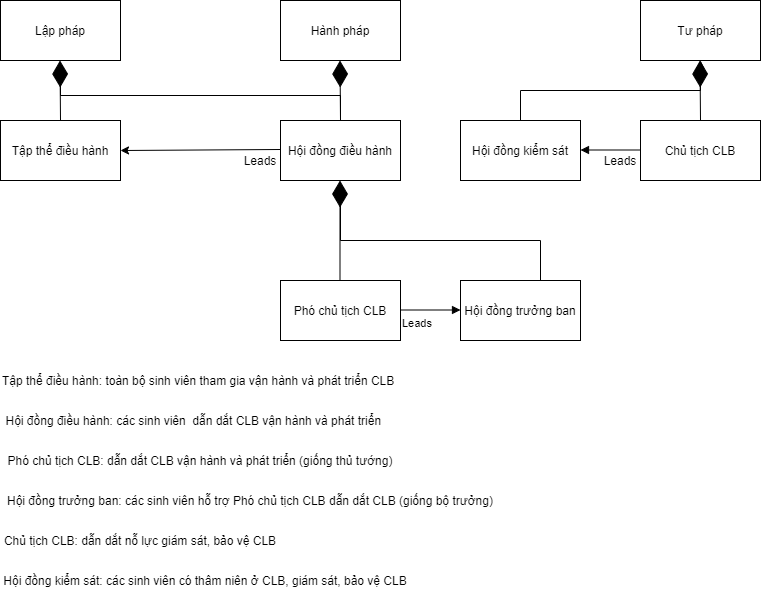
This is Bộ quản trị/Mô tả bộ quản trị.png from nghuyenthevinh2000/SINNO_INTEGRATION, a draw.io export, as it was before one commit. Source tidied: cells renumbered, new cells last; positions are measured from the earlier drawing's top-left corner, leaving out a move shared by most shapes. Its diagram source:
```xml
<mxGraphModel>
  <root>
    <mxCell id="0" />
    <mxCell id="1" parent="0" />
    <mxCell id="2" style="edgeStyle=orthogonalEdgeStyle;rounded=0;jettySize=auto;html=1;exitX=0.5;exitY=0;exitDx=0;exitDy=0;" parent="1" edge="1" source="3">
      <mxGeometry relative="1" as="geometry">
        <mxPoint x="700" y="60" as="targetPoint" />
      </mxGeometry>
    </mxCell>
    <mxCell id="3" value="Hội đồng kiểm sát" style="rounded=0;whiteSpace=wrap;html=1;" parent="1" vertex="1">
      <mxGeometry x="460" y="120" width="120" height="60" as="geometry" />
    </mxCell>
    <mxCell id="4" value="Tập thể điều hành" style="rounded=0;whiteSpace=wrap;html=1;" parent="1" vertex="1">
      <mxGeometry y="120" width="120" height="60" as="geometry" />
    </mxCell>
    <mxCell id="5" value="Phó chủ tịch CLB" style="rounded=0;whiteSpace=wrap;html=1;" parent="1" vertex="1">
      <mxGeometry x="280" y="280" width="120" height="60" as="geometry" />
    </mxCell>
    <mxCell id="6" style="edgeStyle=orthogonalEdgeStyle;rounded=0;jettySize=auto;html=1;exitX=0.5;exitY=0;exitDx=0;exitDy=0;" parent="1" edge="1" source="7">
      <mxGeometry relative="1" as="geometry">
        <mxPoint x="340" y="190" as="targetPoint" />
        <Array as="points">
          <mxPoint x="540" y="240" />
          <mxPoint x="340" y="240" />
        </Array>
      </mxGeometry>
    </mxCell>
    <mxCell id="7" value="Hội đồng trưởng ban" style="rounded=0;whiteSpace=wrap;html=1;" parent="1" vertex="1">
      <mxGeometry x="460" y="280" width="120" height="60" as="geometry" />
    </mxCell>
    <mxCell id="8" value="Chủ tịch CLB" style="rounded=0;whiteSpace=wrap;html=1;" parent="1" vertex="1">
      <mxGeometry x="640" y="120" width="120" height="60" as="geometry" />
    </mxCell>
    <mxCell id="9" value="Tư pháp" style="rounded=0;whiteSpace=wrap;html=1;" parent="1" vertex="1">
      <mxGeometry x="640" width="120" height="60" as="geometry" />
    </mxCell>
    <mxCell id="10" value="Lập pháp" style="rounded=0;whiteSpace=wrap;html=1;" parent="1" vertex="1">
      <mxGeometry width="120" height="60" as="geometry" />
    </mxCell>
    <mxCell id="11" value="Hành pháp" style="rounded=0;whiteSpace=wrap;html=1;" parent="1" vertex="1">
      <mxGeometry x="280" width="120" height="60" as="geometry" />
    </mxCell>
    <mxCell id="12" style="endArrow=diamondThin;endFill=1;endSize=24;html=1;" parent="1" edge="1">
      <mxGeometry relative="1" as="geometry">
        <mxPoint x="700" y="120" as="sourcePoint" />
        <mxPoint x="699.5" y="60" as="targetPoint" />
      </mxGeometry>
    </mxCell>
    <mxCell id="13" style="edgeStyle=orthogonalEdgeStyle;rounded=0;jettySize=auto;html=1;exitX=0.5;exitY=0;exitDx=0;exitDy=0;" parent="1" edge="1" source="14">
      <mxGeometry relative="1" as="geometry">
        <mxPoint x="60" y="70" as="targetPoint" />
      </mxGeometry>
    </mxCell>
    <mxCell id="14" value="Hội đồng điều hành" style="rounded=0;whiteSpace=wrap;html=1;" parent="1" vertex="1">
      <mxGeometry x="280" y="120" width="120" height="60" as="geometry" />
    </mxCell>
    <mxCell id="15" style="endArrow=diamondThin;endFill=1;endSize=24;html=1;" parent="1" edge="1">
      <mxGeometry relative="1" as="geometry">
        <mxPoint x="339.5" y="280" as="sourcePoint" />
        <mxPoint x="339.5" y="180" as="targetPoint" />
      </mxGeometry>
    </mxCell>
    <mxCell id="16" style="endArrow=diamondThin;endFill=1;endSize=24;html=1;" parent="1" edge="1">
      <mxGeometry relative="1" as="geometry">
        <mxPoint x="340" y="120" as="sourcePoint" />
        <mxPoint x="339.5" y="60" as="targetPoint" />
      </mxGeometry>
    </mxCell>
    <mxCell id="17" style="endArrow=diamondThin;endFill=1;endSize=24;html=1;" parent="1" edge="1">
      <mxGeometry relative="1" as="geometry">
        <mxPoint x="60" y="120" as="sourcePoint" />
        <mxPoint x="59.5" y="60" as="targetPoint" />
      </mxGeometry>
    </mxCell>
    <mxCell id="18" value="Leads" style="endArrow=block;endFill=1;html=1;edgeStyle=orthogonalEdgeStyle;align=left;verticalAlign=top;" parent="1" edge="1">
      <mxGeometry x="-1" relative="1" as="geometry">
        <mxPoint x="400" y="309.5" as="sourcePoint" />
        <mxPoint x="460" y="309.5" as="targetPoint" />
      </mxGeometry>
    </mxCell>
    <mxCell id="19" style="endArrow=block;endFill=1;html=1;edgeStyle=orthogonalEdgeStyle;align=left;verticalAlign=top;" parent="1" edge="1">
      <mxGeometry x="-1" relative="1" as="geometry">
        <mxPoint x="640" y="149.5" as="sourcePoint" />
        <mxPoint x="580" y="149.5" as="targetPoint" />
      </mxGeometry>
    </mxCell>
    <mxCell id="20" value="Leads" style="text;html=1;strokeColor=none;fillColor=none;align=center;verticalAlign=middle;whiteSpace=wrap;rounded=0;" parent="1" vertex="1">
      <mxGeometry x="600" y="150" width="40" height="20" as="geometry" />
    </mxCell>
    <mxCell id="21" style="endArrow=classic;html=1;entryX=1;entryY=0.5;entryDx=0;entryDy=0;" parent="1" edge="1" target="4">
      <mxGeometry relative="1" as="geometry">
        <mxPoint x="280" y="149" as="sourcePoint" />
      </mxGeometry>
    </mxCell>
    <mxCell id="22" value="Leads" style="text;html=1;strokeColor=none;fillColor=none;align=center;verticalAlign=middle;whiteSpace=wrap;rounded=0;" parent="1" vertex="1">
      <mxGeometry x="240" y="150" width="40" height="20" as="geometry" />
    </mxCell>
    <mxCell id="23" value="Tập thể điều hành: toàn bộ sinh viên tham gia vận hành và phát triển CLB&amp;nbsp;" style="text;html=1;strokeColor=none;fillColor=none;align=left;verticalAlign=middle;whiteSpace=wrap;rounded=0;" parent="1" vertex="1">
      <mxGeometry y="360" width="420" height="40" as="geometry" />
    </mxCell>
    <mxCell id="24" value="Hội đồng kiểm sát: các sinh viên có thâm niên ở CLB, giám sát, bảo vệ CLB" style="text;html=1;strokeColor=none;fillColor=none;align=center;verticalAlign=middle;whiteSpace=wrap;rounded=0;" parent="1" vertex="1">
      <mxGeometry y="560" width="410" height="40" as="geometry" />
    </mxCell>
    <mxCell id="25" value="Hội đồng điều hành: các sinh viên&amp;nbsp; dẫn dắt CLB vận hành và phát triển&amp;nbsp;" style="text;html=1;strokeColor=none;fillColor=none;align=center;verticalAlign=middle;whiteSpace=wrap;rounded=0;" parent="1" vertex="1">
      <mxGeometry y="400" width="390" height="40" as="geometry" />
    </mxCell>
    <mxCell id="26" value="Hội đồng trưởng ban: các sinh viên hỗ trợ Phó chủ tịch CLB dẫn dắt CLB (giống bộ trưởng)" style="text;html=1;strokeColor=none;fillColor=none;align=center;verticalAlign=middle;whiteSpace=wrap;rounded=0;" parent="1" vertex="1">
      <mxGeometry y="480" width="500" height="40" as="geometry" />
    </mxCell>
    <mxCell id="27" value="Phó chủ tịch CLB: dẫn dắt CLB vận hành và phát triển (giống thủ tướng)" style="text;html=1;strokeColor=none;fillColor=none;align=center;verticalAlign=middle;whiteSpace=wrap;rounded=0;" parent="1" vertex="1">
      <mxGeometry y="440" width="400" height="40" as="geometry" />
    </mxCell>
    <mxCell id="28" value="Chủ tịch CLB: dẫn dắt nỗ lực giám sát, bảo vệ CLB" style="text;html=1;strokeColor=none;fillColor=none;align=center;verticalAlign=middle;whiteSpace=wrap;rounded=0;" parent="1" vertex="1">
      <mxGeometry y="520" width="280" height="40" as="geometry" />
    </mxCell>
  </root>
</mxGraphModel>
```
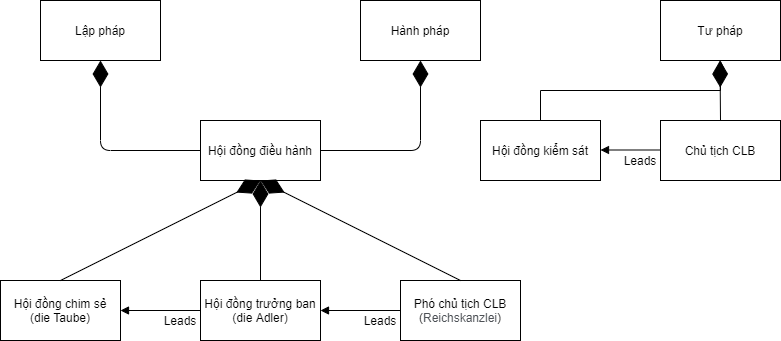
Above is the later version.

Diff of the diagram source:
```diff
@@ -4,114 +4,85 @@
     <mxCell id="1" parent="0" />
     <mxCell id="2" style="edgeStyle=orthogonalEdgeStyle;rounded=0;jettySize=auto;html=1;exitX=0.5;exitY=0;exitDx=0;exitDy=0;" parent="1" edge="1" source="3">
       <mxGeometry relative="1" as="geometry">
-        <mxPoint x="700" y="60" as="targetPoint" />
+        <mxPoint x="720" y="400" as="targetPoint" />
       </mxGeometry>
     </mxCell>
     <mxCell id="3" value="Hội đồng kiểm sát" style="rounded=0;whiteSpace=wrap;html=1;" parent="1" vertex="1">
-      <mxGeometry x="460" y="120" width="120" height="60" as="geometry" />
+      <mxGeometry x="480" y="460" width="120" height="60" as="geometry" />
     </mxCell>
-    <mxCell id="4" value="Tập thể điều hành" style="rounded=0;whiteSpace=wrap;html=1;" parent="1" vertex="1">
-      <mxGeometry y="120" width="120" height="60" as="geometry" />
-    </mxCell>
-    <mxCell id="5" value="Phó chủ tịch CLB" style="rounded=0;whiteSpace=wrap;html=1;" parent="1" vertex="1">
-      <mxGeometry x="280" y="280" width="120" height="60" as="geometry" />
+    <mxCell id="5" value="&lt;font style=&quot;font-size: 12px&quot;&gt;Phó chủ tịch CLB&lt;br&gt;(&lt;span style=&quot;color: rgb(77 , 81 , 86) ; font-family: &amp;#34;arial&amp;#34; , sans-serif ; text-align: left ; background-color: rgb(255 , 255 , 255)&quot;&gt;Reichskanzlei&lt;/span&gt;)&lt;/font&gt;" style="rounded=0;whiteSpace=wrap;html=1;" parent="1" vertex="1">
+      <mxGeometry x="400" y="620" width="120" height="60" as="geometry" />
     </mxCell>
-    <mxCell id="6" style="edgeStyle=orthogonalEdgeStyle;rounded=0;jettySize=auto;html=1;exitX=0.5;exitY=0;exitDx=0;exitDy=0;" parent="1" edge="1" source="7">
-      <mxGeometry relative="1" as="geometry">
-        <mxPoint x="340" y="190" as="targetPoint" />
-        <Array as="points">
-          <mxPoint x="540" y="240" />
-          <mxPoint x="340" y="240" />
-        </Array>
-      </mxGeometry>
-    </mxCell>
-    <mxCell id="7" value="Hội đồng trưởng ban" style="rounded=0;whiteSpace=wrap;html=1;" parent="1" vertex="1">
-      <mxGeometry x="460" y="280" width="120" height="60" as="geometry" />
+    <mxCell id="7" value="Hội đồng trưởng ban&lt;br&gt;(die Adler)" style="rounded=0;whiteSpace=wrap;html=1;" parent="1" vertex="1">
+      <mxGeometry x="200" y="620" width="120" height="60" as="geometry" />
     </mxCell>
     <mxCell id="8" value="Chủ tịch CLB" style="rounded=0;whiteSpace=wrap;html=1;" parent="1" vertex="1">
-      <mxGeometry x="640" y="120" width="120" height="60" as="geometry" />
+      <mxGeometry x="660" y="460" width="120" height="60" as="geometry" />
     </mxCell>
     <mxCell id="9" value="Tư pháp" style="rounded=0;whiteSpace=wrap;html=1;" parent="1" vertex="1">
-      <mxGeometry x="640" width="120" height="60" as="geometry" />
+      <mxGeometry x="660" y="340" width="120" height="60" as="geometry" />
     </mxCell>
     <mxCell id="10" value="Lập pháp" style="rounded=0;whiteSpace=wrap;html=1;" parent="1" vertex="1">
-      <mxGeometry width="120" height="60" as="geometry" />
+      <mxGeometry x="40" y="340" width="120" height="60" as="geometry" />
     </mxCell>
     <mxCell id="11" value="Hành pháp" style="rounded=0;whiteSpace=wrap;html=1;" parent="1" vertex="1">
-      <mxGeometry x="280" width="120" height="60" as="geometry" />
+      <mxGeometry x="360" y="340" width="120" height="60" as="geometry" />
     </mxCell>
     <mxCell id="12" style="endArrow=diamondThin;endFill=1;endSize=24;html=1;" parent="1" edge="1">
       <mxGeometry relative="1" as="geometry">
-        <mxPoint x="700" y="120" as="sourcePoint" />
-        <mxPoint x="699.5" y="60" as="targetPoint" />
+        <mxPoint x="720" y="460" as="sourcePoint" />
+        <mxPoint x="719.5" y="400" as="targetPoint" />
       </mxGeometry>
     </mxCell>
-    <mxCell id="13" style="edgeStyle=orthogonalEdgeStyle;rounded=0;jettySize=auto;html=1;exitX=0.5;exitY=0;exitDx=0;exitDy=0;" parent="1" edge="1" source="14">
-      <mxGeometry relative="1" as="geometry">
-        <mxPoint x="60" y="70" as="targetPoint" />
-      </mxGeometry>
-    </mxCell>
     <mxCell id="14" value="Hội đồng điều hành" style="rounded=0;whiteSpace=wrap;html=1;" parent="1" vertex="1">
-      <mxGeometry x="280" y="120" width="120" height="60" as="geometry" />
+      <mxGeometry x="200" y="460" width="120" height="60" as="geometry" />
     </mxCell>
-    <mxCell id="15" style="endArrow=diamondThin;endFill=1;endSize=24;html=1;" parent="1" edge="1">
-      <mxGeometry relative="1" as="geometry">
-        <mxPoint x="339.5" y="280" as="sourcePoint" />
-        <mxPoint x="339.5" y="180" as="targetPoint" />
-      </mxGeometry>
-    </mxCell>
-    <mxCell id="16" style="endArrow=diamondThin;endFill=1;endSize=24;html=1;" parent="1" edge="1">
-      <mxGeometry relative="1" as="geometry">
-        <mxPoint x="340" y="120" as="sourcePoint" />
-        <mxPoint x="339.5" y="60" as="targetPoint" />
-      </mxGeometry>
-    </mxCell>
-    <mxCell id="17" style="endArrow=diamondThin;endFill=1;endSize=24;html=1;" parent="1" edge="1">
-      <mxGeometry relative="1" as="geometry">
-        <mxPoint x="60" y="120" as="sourcePoint" />
-        <mxPoint x="59.5" y="60" as="targetPoint" />
-      </mxGeometry>
-    </mxCell>
-    <mxCell id="18" value="Leads" style="endArrow=block;endFill=1;html=1;edgeStyle=orthogonalEdgeStyle;align=left;verticalAlign=top;" parent="1" edge="1">
-      <mxGeometry x="-1" relative="1" as="geometry">
-        <mxPoint x="400" y="309.5" as="sourcePoint" />
-        <mxPoint x="460" y="309.5" as="targetPoint" />
-      </mxGeometry>
-    </mxCell>
     <mxCell id="19" style="endArrow=block;endFill=1;html=1;edgeStyle=orthogonalEdgeStyle;align=left;verticalAlign=top;" parent="1" edge="1">
       <mxGeometry x="-1" relative="1" as="geometry">
-        <mxPoint x="640" y="149.5" as="sourcePoint" />
-        <mxPoint x="580" y="149.5" as="targetPoint" />
+        <mxPoint x="660" y="489.5" as="sourcePoint" />
+        <mxPoint x="600" y="489.5" as="targetPoint" />
       </mxGeometry>
     </mxCell>
     <mxCell id="20" value="Leads" style="text;html=1;strokeColor=none;fillColor=none;align=center;verticalAlign=middle;whiteSpace=wrap;rounded=0;" parent="1" vertex="1">
-      <mxGeometry x="600" y="150" width="40" height="20" as="geometry" />
+      <mxGeometry x="620" y="490" width="40" height="20" as="geometry" />
     </mxCell>
-    <mxCell id="21" style="endArrow=classic;html=1;entryX=1;entryY=0.5;entryDx=0;entryDy=0;" parent="1" edge="1" target="4">
-      <mxGeometry relative="1" as="geometry">
-        <mxPoint x="280" y="149" as="sourcePoint" />
-      </mxGeometry>
-    </mxCell>
-    <mxCell id="22" value="Leads" style="text;html=1;strokeColor=none;fillColor=none;align=center;verticalAlign=middle;whiteSpace=wrap;rounded=0;" parent="1" vertex="1">
-      <mxGeometry x="240" y="150" width="40" height="20" as="geometry" />
-    </mxCell>
-    <mxCell id="23" value="Tập thể điều hành: toàn bộ sinh viên tham gia vận hành và phát triển CLB&amp;nbsp;" style="text;html=1;strokeColor=none;fillColor=none;align=left;verticalAlign=middle;whiteSpace=wrap;rounded=0;" parent="1" vertex="1">
-      <mxGeometry y="360" width="420" height="40" as="geometry" />
-    </mxCell>
-    <mxCell id="24" value="Hội đồng kiểm sát: các sinh viên có thâm niên ở CLB, giám sát, bảo vệ CLB" style="text;html=1;strokeColor=none;fillColor=none;align=center;verticalAlign=middle;whiteSpace=wrap;rounded=0;" parent="1" vertex="1">
-      <mxGeometry y="560" width="410" height="40" as="geometry" />
-    </mxCell>
-    <mxCell id="25" value="Hội đồng điều hành: các sinh viên&amp;nbsp; dẫn dắt CLB vận hành và phát triển&amp;nbsp;" style="text;html=1;strokeColor=none;fillColor=none;align=center;verticalAlign=middle;whiteSpace=wrap;rounded=0;" parent="1" vertex="1">
-      <mxGeometry y="400" width="390" height="40" as="geometry" />
-    </mxCell>
-    <mxCell id="26" value="Hội đồng trưởng ban: các sinh viên hỗ trợ Phó chủ tịch CLB dẫn dắt CLB (giống bộ trưởng)" style="text;html=1;strokeColor=none;fillColor=none;align=center;verticalAlign=middle;whiteSpace=wrap;rounded=0;" parent="1" vertex="1">
-      <mxGeometry y="480" width="500" height="40" as="geometry" />
-    </mxCell>
-    <mxCell id="27" value="Phó chủ tịch CLB: dẫn dắt CLB vận hành và phát triển (giống thủ tướng)" style="text;html=1;strokeColor=none;fillColor=none;align=center;verticalAlign=middle;whiteSpace=wrap;rounded=0;" parent="1" vertex="1">
-      <mxGeometry y="440" width="400" height="40" as="geometry" />
-    </mxCell>
-    <mxCell id="28" value="Chủ tịch CLB: dẫn dắt nỗ lực giám sát, bảo vệ CLB" style="text;html=1;strokeColor=none;fillColor=none;align=center;verticalAlign=middle;whiteSpace=wrap;rounded=0;" parent="1" vertex="1">
-      <mxGeometry y="520" width="280" height="40" as="geometry" />
-    </mxCell>
+    <mxCell id="29" style="endArrow=block;endFill=1;html=1;edgeStyle=orthogonalEdgeStyle;align=left;verticalAlign=top;exitX=0;exitY=0.5;exitDx=0;exitDy=0;entryX=1;entryY=0.5;entryDx=0;entryDy=0;" parent="1" edge="1" source="5" target="7">
+      <mxGeometry x="-1" relative="1" as="geometry" />
+    </mxCell>
+    <mxCell id="30" value="Leads" style="text;html=1;strokeColor=none;fillColor=none;align=center;verticalAlign=middle;whiteSpace=wrap;rounded=0;" parent="1" vertex="1">
+      <mxGeometry x="360" y="650" width="40" height="20" as="geometry" />
+    </mxCell>
+    <mxCell id="31" value="Hội đồng chim sẻ&lt;br&gt;(die Taube)" style="rounded=0;whiteSpace=wrap;html=1;" parent="1" vertex="1">
+      <mxGeometry y="620" width="120" height="60" as="geometry" />
+    </mxCell>
+    <mxCell id="32" style="endArrow=block;endFill=1;html=1;edgeStyle=orthogonalEdgeStyle;align=left;verticalAlign=top;exitX=0;exitY=0.5;exitDx=0;exitDy=0;entryX=1;entryY=0.5;entryDx=0;entryDy=0;" parent="1" edge="1" source="7" target="31">
+      <mxGeometry x="-1" relative="1" as="geometry" />
+    </mxCell>
+    <mxCell id="33" value="Leads" style="text;html=1;strokeColor=none;fillColor=none;align=center;verticalAlign=middle;whiteSpace=wrap;rounded=0;" parent="1" vertex="1">
+      <mxGeometry x="160" y="650" width="40" height="20" as="geometry" />
+    </mxCell>
+    <mxCell id="34" style="endArrow=diamondThin;endFill=1;endSize=24;html=1;entryX=0.5;entryY=1;entryDx=0;entryDy=0;exitX=1;exitY=0.5;exitDx=0;exitDy=0;" parent="1" edge="1" source="14" target="11">
+      <mxGeometry relative="1" as="geometry">
+        <Array as="points">
+          <mxPoint x="420" y="490" />
+        </Array>
+      </mxGeometry>
+    </mxCell>
+    <mxCell id="35" style="endArrow=diamondThin;endFill=1;endSize=24;html=1;entryX=0.5;entryY=1;entryDx=0;entryDy=0;exitX=0;exitY=0.5;exitDx=0;exitDy=0;" parent="1" edge="1" source="14" target="10">
+      <mxGeometry relative="1" as="geometry">
+        <Array as="points">
+          <mxPoint x="100" y="490" />
+        </Array>
+      </mxGeometry>
+    </mxCell>
+    <mxCell id="36" style="endArrow=diamondThin;endFill=1;endSize=24;html=1;exitX=0.5;exitY=0;exitDx=0;exitDy=0;entryX=0.5;entryY=1;entryDx=0;entryDy=0;" parent="1" edge="1" source="7" target="14">
+      <mxGeometry relative="1" as="geometry" />
+    </mxCell>
+    <mxCell id="37" style="endArrow=diamondThin;endFill=1;endSize=24;html=1;exitX=0.5;exitY=0;exitDx=0;exitDy=0;entryX=0.5;entryY=1;entryDx=0;entryDy=0;" parent="1" edge="1" source="5" target="14">
+      <mxGeometry relative="1" as="geometry" />
+    </mxCell>
+    <mxCell id="38" style="endArrow=diamondThin;endFill=1;endSize=24;html=1;exitX=0.5;exitY=0;exitDx=0;exitDy=0;entryX=0.5;entryY=1;entryDx=0;entryDy=0;" parent="1" edge="1" source="31" target="14">
+      <mxGeometry relative="1" as="geometry" />
+    </mxCell>
   </root>
 </mxGraphModel>
```
